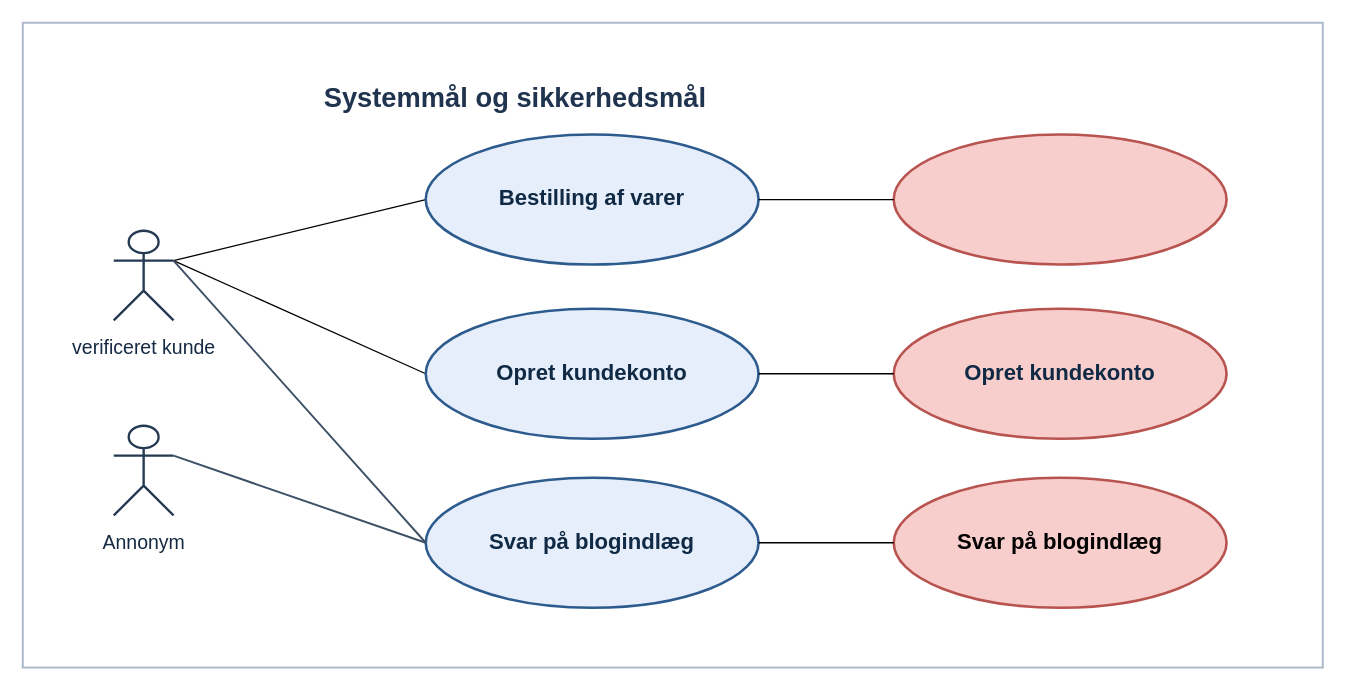
MagnusMadsen/Software_sikkerhed_eksamen keeps this draw.io diagram as dokumenter/Drawio/Systemmål og sikkerhedsmål .drawio. Above is the earlier version. Source tidied: cells renumbered, new cells numbered last; positions are measured from the earlier drawing's top-left corner, leaving out a move shared by most shapes. Both pictures are drawn from the tidied source at 130%, with x=0, y=0 at pixel (22, 22).
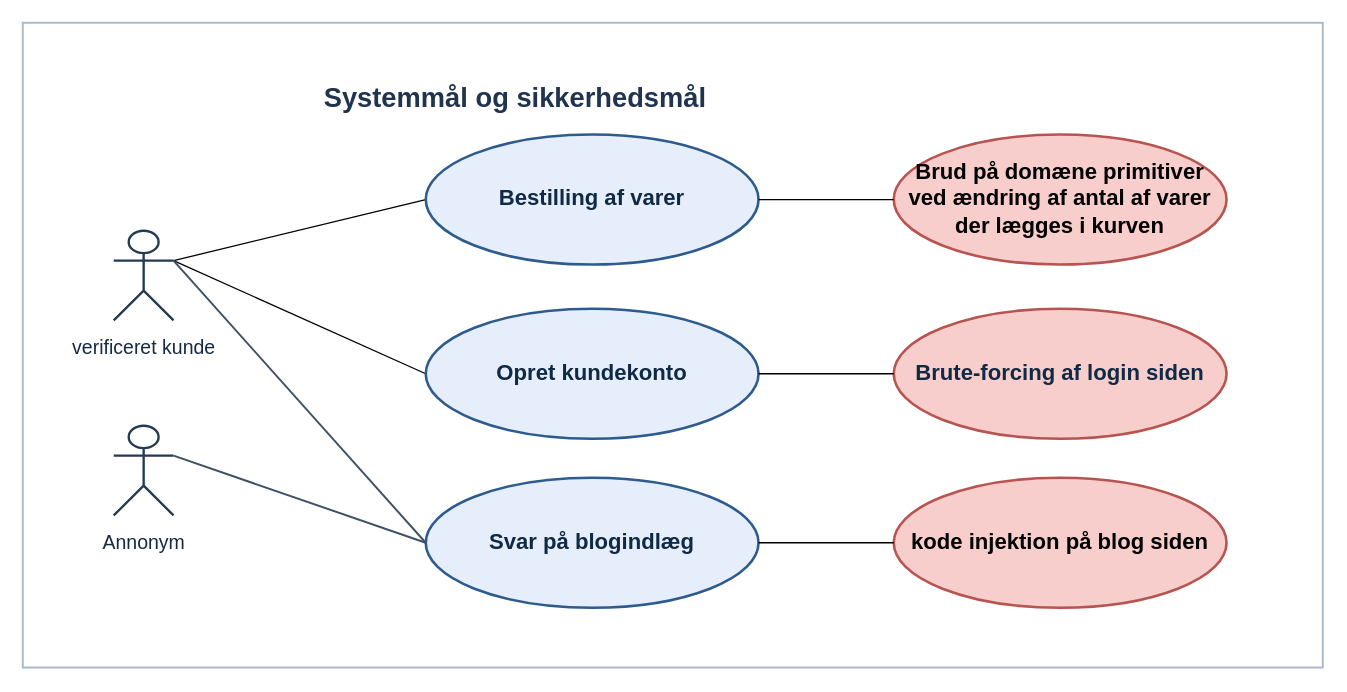
After the change.

Commit message (it also covers changes not shown here):
ændret tilter på misbrug

What changed in the source:
```diff
@@
 <mxGraphModel>
   <root>
     <mxCell id="0" />
     <mxCell id="1" parent="0" />
     <mxCell id="2" style="rounded=0;html=1;fillColor=#FFFFFF;strokeColor=#AAB8CA;strokeWidth=1.5;" parent="1" vertex="1">
       <mxGeometry width="1000" height="496" as="geometry" />
     </mxCell>
     <mxCell id="3" value="Systemmål og sikkerhedsmål&amp;nbsp;" style="text;html=1;strokeColor=none;fillColor=none;align=left;verticalAlign=middle;fontSize=21;fontStyle=1;fontColor=#20344F;" parent="1" vertex="1">
       <mxGeometry x="230" y="40" width="450" height="34" as="geometry" />
     </mxCell>
     <mxCell id="4" style="edgeStyle=none;html=1;exitX=1;exitY=0.3333333333333333;exitDx=0;exitDy=0;exitPerimeter=0;entryX=0;entryY=0.5;entryDx=0;entryDy=0;endArrow=none;endFill=0;" parent="1" edge="1" source="6" target="12">
       <mxGeometry relative="1" as="geometry" />
     </mxCell>
     <mxCell id="5" style="edgeStyle=none;html=1;exitX=1;exitY=0.3333333333333333;exitDx=0;exitDy=0;exitPerimeter=0;entryX=0;entryY=0.5;entryDx=0;entryDy=0;endArrow=none;endFill=0;" parent="1" edge="1" source="6" target="11">
       <mxGeometry relative="1" as="geometry" />
     </mxCell>
     <mxCell id="6" value="verificeret kunde" style="shape=umlActor;html=1;verticalLabelPosition=bottom;verticalAlign=top;spacingTop=5;strokeColor=#243952;strokeWidth=1.8;fontColor=#162A44;fontSize=15;" parent="1" vertex="1">
       <mxGeometry x="70" y="160" width="46" height="69" as="geometry" />
     </mxCell>
     <mxCell id="7" value="Annonym" style="shape=umlActor;html=1;verticalLabelPosition=bottom;verticalAlign=top;spacingTop=5;strokeColor=#243952;strokeWidth=1.8;fontColor=#162A44;fontSize=15;" parent="1" vertex="1">
       <mxGeometry x="70" y="310" width="46" height="69" as="geometry" />
     </mxCell>
     <mxCell id="8" value="Svar på blogindlæg" style="ellipse;whiteSpace=wrap;html=1;fillColor=#E5EEFA;strokeColor=#2E5B8E;strokeWidth=2;fontColor=#102A45;fontStyle=1;fontSize=17;" parent="1" vertex="1">
       <mxGeometry x="310" y="350" width="256" height="100" as="geometry" />
     </mxCell>
     <mxCell id="9" style="endArrow=none;html=1;strokeColor=#3D5065;strokeWidth=1.5;exitX=1;exitY=0.333333;exitPerimeter=0;entryX=0;entryY=0.5;entryDx=0;entryDy=0;" parent="1" edge="1" source="6" target="8">
       <mxGeometry relative="1" as="geometry" />
     </mxCell>
     <mxCell id="10" style="endArrow=none;html=1;strokeColor=#3D5065;strokeWidth=1.5;exitX=1;exitY=0.333333;exitPerimeter=0;entryX=0;entryY=0.5;entryDx=0;entryDy=0;" parent="1" edge="1" source="7" target="8">
       <mxGeometry relative="1" as="geometry" />
     </mxCell>
     <mxCell id="11" value="Bestilling af varer" style="ellipse;whiteSpace=wrap;html=1;fillColor=#E5EEFA;strokeColor=#2E5B8E;strokeWidth=2;fontColor=#102A45;fontStyle=1;fontSize=17;" parent="1" vertex="1">
       <mxGeometry x="310" y="86" width="256" height="100" as="geometry" />
     </mxCell>
     <mxCell id="12" value="&lt;span style=&quot;color: rgb(16, 42, 69);&quot;&gt;Opret kundekonto&lt;/span&gt;" style="ellipse;whiteSpace=wrap;html=1;fillColor=#E5EEFA;strokeColor=#2E5B8E;strokeWidth=2;fontColor=#102A45;fontStyle=1;fontSize=17;" parent="1" vertex="1">
       <mxGeometry x="310" y="220" width="256" height="100" as="geometry" />
     </mxCell>
-    <mxCell id="13" value="Svar på blogindlæg" style="ellipse;whiteSpace=wrap;html=1;fillColor=#f8cecc;strokeColor=#b85450;strokeWidth=2;fontStyle=1;fontSize=17;" parent="1" vertex="1">
+    <mxCell id="13" value="kode injektion på blog siden" style="ellipse;whiteSpace=wrap;html=1;fillColor=#f8cecc;strokeColor=#b85450;strokeWidth=2;fontStyle=1;fontSize=17;" parent="1" vertex="1">
       <mxGeometry x="670" y="350" width="256" height="100" as="geometry" />
     </mxCell>
-    <mxCell id="14" style="ellipse;whiteSpace=wrap;html=1;fillColor=#f8cecc;strokeColor=#b85450;strokeWidth=2;fontStyle=1;fontSize=17;" parent="1" vertex="1">
+    <mxCell id="14" value="Brud på domæne primitiver ved ændring af antal af varer der lægges i kurven" style="ellipse;whiteSpace=wrap;html=1;fillColor=#f8cecc;strokeColor=#b85450;strokeWidth=2;fontStyle=1;fontSize=17;" parent="1" vertex="1">
       <mxGeometry x="670" y="86" width="256" height="100" as="geometry" />
     </mxCell>
-    <mxCell id="15" value="&lt;span style=&quot;color: rgb(16, 42, 69);&quot;&gt;Opret kundekonto&lt;/span&gt;" style="ellipse;whiteSpace=wrap;html=1;fillColor=#f8cecc;strokeColor=#b85450;strokeWidth=2;fontStyle=1;fontSize=17;" parent="1" vertex="1">
+    <mxCell id="15" value="&lt;font color=&quot;#102a45&quot;&gt;Brute-forcing af login siden&lt;/font&gt;" style="ellipse;whiteSpace=wrap;html=1;fillColor=#f8cecc;strokeColor=#b85450;strokeWidth=2;fontStyle=1;fontSize=17;" parent="1" vertex="1">
       <mxGeometry x="670" y="220" width="256" height="100" as="geometry" />
     </mxCell>
     <mxCell id="16" style="edgeStyle=none;html=1;exitX=1;exitY=0.5;exitDx=0;exitDy=0;entryX=0;entryY=0.5;entryDx=0;entryDy=0;endArrow=none;endFill=0;" parent="1" edge="1" source="11" target="14">
       <mxGeometry relative="1" as="geometry" />
     </mxCell>
     <mxCell id="17" style="edgeStyle=none;html=1;exitX=1;exitY=0.5;exitDx=0;exitDy=0;entryX=0;entryY=0.5;entryDx=0;entryDy=0;endArrow=none;endFill=0;" parent="1" edge="1" source="12" target="15">
       <mxGeometry relative="1" as="geometry" />
     </mxCell>
     <mxCell id="18" style="edgeStyle=none;html=1;exitX=1;exitY=0.5;exitDx=0;exitDy=0;entryX=0;entryY=0.5;entryDx=0;entryDy=0;endArrow=none;endFill=0;" parent="1" edge="1" source="8" target="13">
       <mxGeometry relative="1" as="geometry" />
     </mxCell>
   </root>
 </mxGraphModel>
```
